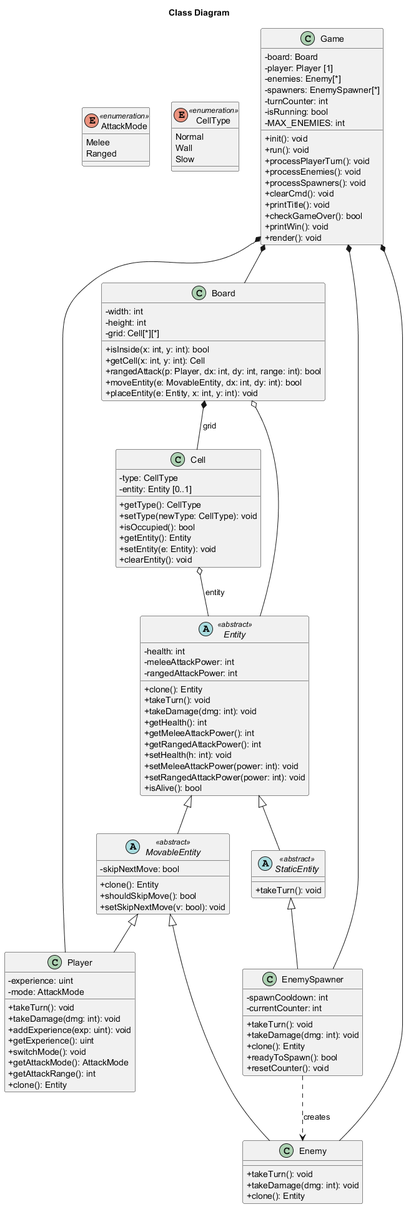
Before: docs/UML.png, a diagram exported from PlantUML (notrich22/OOPLabs).
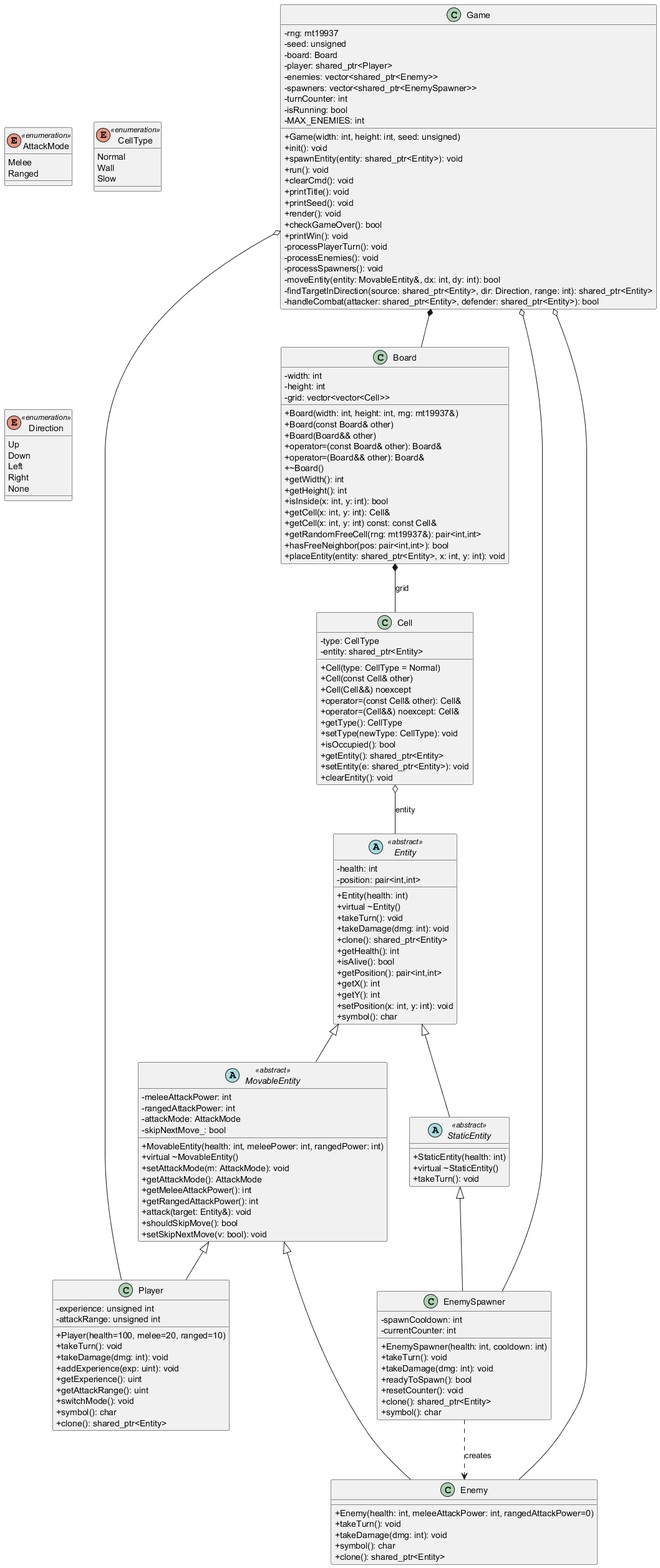
After the commit.

The edit, as a diff of the source:
```diff
@@ -1,44 +1,62 @@
 @startuml UML
-title Class Diagram
-
 skinparam shadowing false
 skinparam classAttributeIconSize 0
 
-enum AttackMode <<enumeration>>{
+enum AttackMode <<enumeration>> {
     Melee
     Ranged
 }
 
-enum CellType <<enumeration>>{
+enum CellType <<enumeration>> {
     Normal
     Wall
     Slow
 }
 
+enum Direction <<enumeration>> {
+    Up
+    Down
+    Left
+    Right
+    None
+}
+
 abstract class "Entity" <<abstract>> {
     - health: int
-    - meleeAttackPower: int
-    - rangedAttackPower: int
-    + clone(): Entity
+    - position: pair<int,int>
+    + Entity(health: int)
+    + virtual ~Entity()
     + takeTurn(): void
     + takeDamage(dmg: int): void
+    + clone(): shared_ptr<Entity>
     + getHealth(): int
-    + getMeleeAttackPower(): int
-    + getRangedAttackPower(): int
-    + setHealth(h: int): void
-    + setMeleeAttackPower(power: int): void
-    + setRangedAttackPower(power: int): void
     + isAlive(): bool
+    + getPosition(): pair<int,int>
+    + getX(): int
+    + getY(): int
+    + setPosition(x: int, y: int): void
+    + symbol(): char
 }
 
 abstract class "MovableEntity" <<abstract>> {
-    - skipNextMove: bool
-    + clone(): Entity
+    - meleeAttackPower: int
+    - rangedAttackPower: int
+    - attackMode: AttackMode
+    - skipNextMove_: bool
+    + MovableEntity(health: int, meleePower: int, rangedPower: int)
+    + virtual ~MovableEntity()
+    + setAttackMode(m: AttackMode): void
+    + getAttackMode(): AttackMode
+    + getMeleeAttackPower(): int
+    + getRangedAttackPower(): int
+    + attack(target: Entity&): void
     + shouldSkipMove(): bool
     + setSkipNextMove(v: bool): void
 }
 
 abstract class "StaticEntity" <<abstract>> {
+    + StaticEntity(health: int)
+    + virtual ~StaticEntity()
     + takeTurn(): void
 }
 
@@ -46,32 +64,37 @@
 "Entity" <|-- "StaticEntity"
 
 class "Player" {
-    - experience: uint
-    - mode: AttackMode
+    - experience: unsigned int
+    - attackRange: unsigned int
+    + Player(health=100, melee=20, ranged=10)
     + takeTurn(): void
     + takeDamage(dmg: int): void
     + addExperience(exp: uint): void
     + getExperience(): uint
+    + getAttackRange(): uint
     + switchMode(): void
-    + getAttackMode(): AttackMode
-    + getAttackRange(): int
-    + clone(): Entity
+    + symbol(): char
+    + clone(): shared_ptr<Entity>
 }
 
 class "Enemy" {
+    + Enemy(health: int, meleeAttackPower: int, rangedAttackPower=0)
     + takeTurn(): void
     + takeDamage(dmg: int): void
-    + clone(): Entity
+    + symbol(): char
+    + clone(): shared_ptr<Entity>
 }
 
 class "EnemySpawner" {
     - spawnCooldown: int
     - currentCounter: int
+    + EnemySpawner(health: int, cooldown: int)
     + takeTurn(): void
     + takeDamage(dmg: int): void
-    + clone(): Entity
     + readyToSpawn(): bool
     + resetCounter(): void
+    + clone(): shared_ptr<Entity>
+    + symbol(): char
 }
 
 "MovableEntity" <|-- "Player"
@@ -80,53 +103,74 @@
 
 class "Cell" {
     - type: CellType
-    - entity: Entity [0..1]
+    - entity: shared_ptr<Entity>
+    + Cell(type: CellType = Normal)
+    + Cell(const Cell& other)
+    + Cell(Cell&&) noexcept
+    + operator=(const Cell& other): Cell&
+    + operator=(Cell&&) noexcept: Cell&
     + getType(): CellType
     + setType(newType: CellType): void
     + isOccupied(): bool
-    + getEntity(): Entity
-    + setEntity(e: Entity): void
+    + getEntity(): shared_ptr<Entity>
+    + setEntity(e: shared_ptr<Entity>): void
     + clearEntity(): void
 }
 
 class "Board" {
     - width: int
     - height: int
-    - grid: Cell[*][*]
+    - grid: vector<vector<Cell>>
+    + Board(width: int, height: int, rng: mt19937&)
+    + Board(const Board& other)
+    + Board(Board&& other)
+    + operator=(const Board& other): Board&
+    + operator=(Board&& other): Board&
+    + ~Board()
+    + getWidth(): int
+    + getHeight(): int
     + isInside(x: int, y: int): bool
-    + getCell(x: int, y: int): Cell
-    + rangedAttack(p: Player, dx: int, dy: int, range: int): bool
-    + moveEntity(e: MovableEntity, dx: int, dy: int): bool
-    + placeEntity(e: Entity, x: int, y: int): void
+    + getCell(x: int, y: int): Cell&
+    + getCell(x: int, y: int) const: const Cell&
+    + getRandomFreeCell(rng: mt19937&): pair<int,int>
+    + hasFreeNeighbor(pos: pair<int,int>): bool
+    + placeEntity(entity: shared_ptr<Entity>, x: int, y: int): void
 }
 
 class "Game" {
+    - rng: mt19937
+    - seed: unsigned
     - board: Board
-    - player: Player [1]
-    - enemies: Enemy[*]
-    - spawners: EnemySpawner[*]
+    - player: shared_ptr<Player>
+    - enemies: vector<shared_ptr<Enemy>>
+    - spawners: vector<shared_ptr<EnemySpawner>>
     - turnCounter: int
     - isRunning: bool
     - MAX_ENEMIES: int
+    + Game(width: int, height: int, seed: unsigned)
     + init(): void
+    + spawnEntity(entity: shared_ptr<Entity>): void
     + run(): void
-    + processPlayerTurn(): void
-    + processEnemies(): void
-    + processSpawners(): void
     + clearCmd(): void
     + printTitle(): void
+    + printSeed(): void
+    + render(): void
     + checkGameOver(): bool
     + printWin(): void
-    + render(): void
+    - processPlayerTurn(): void
+    - processEnemies(): void
+    - processSpawners(): void
+    - moveEntity(entity: MovableEntity&, dx: int, dy: int): bool
+    - findTargetInDirection(source: shared_ptr<Entity>, dir: Direction, range: int): shared_ptr<Entity>
+    - handleCombat(attacker: shared_ptr<Entity>, defender: shared_ptr<Entity>): bool
 }
 
 "Board" *-- "Cell" : grid
 "Cell" o-- "Entity" : entity
-"Board" o-- "Entity"
 "Game" *-- "Board"
-"Game" *-- "Player"
-"Game" *-- "Enemy"
-"Game" *-- "EnemySpawner"
+"Game" o-- "Player"
+"Game" o-- "Enemy"
+"Game" o-- "EnemySpawner"
 "EnemySpawner" ..> "Enemy" : creates
 
 @enduml
```
